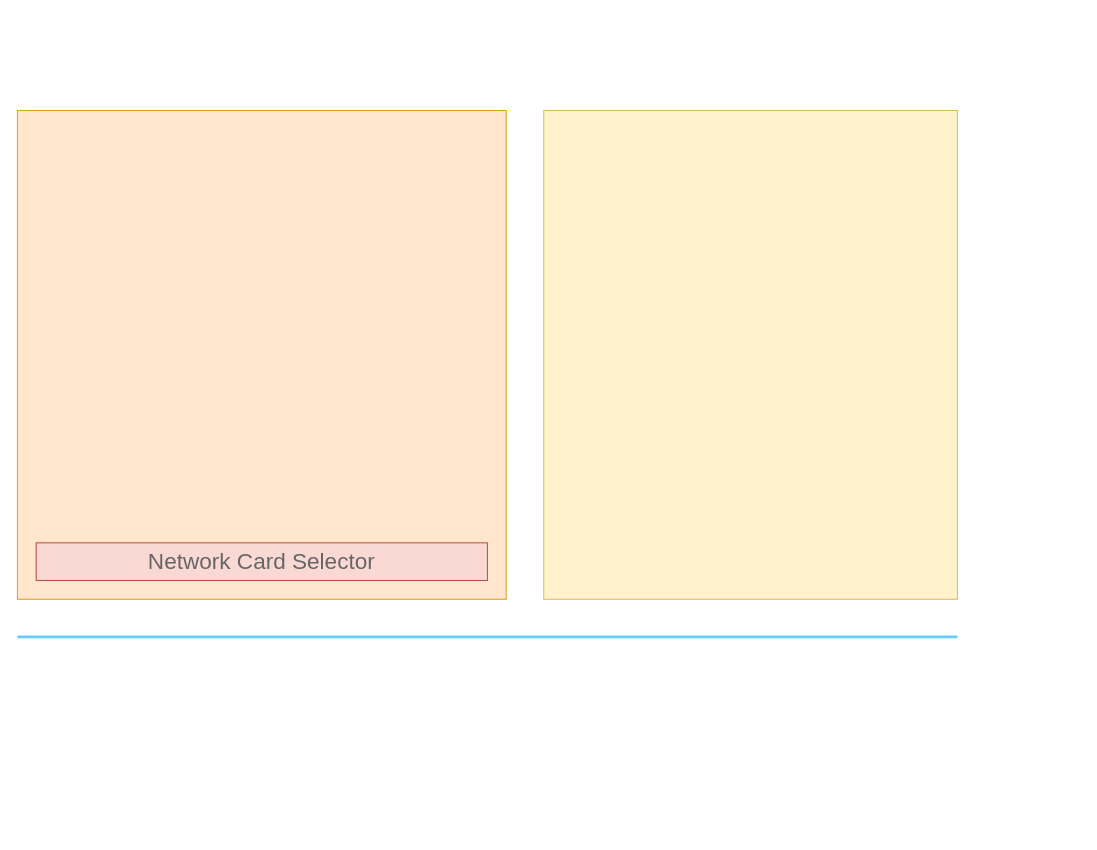
Above: CS/ComputerNetwork/LanChatStructureDiagram.drawio in umiskky/Diagrams (draw.io), before the change. Source tidied: cells renumbered, new cells numbered last; positions are measured from the earlier drawing's top-left corner, leaving out a move shared by most shapes. Both pictures are drawn from the tidied source at 94%, with x=0, y=0 at pixel (17, 110).
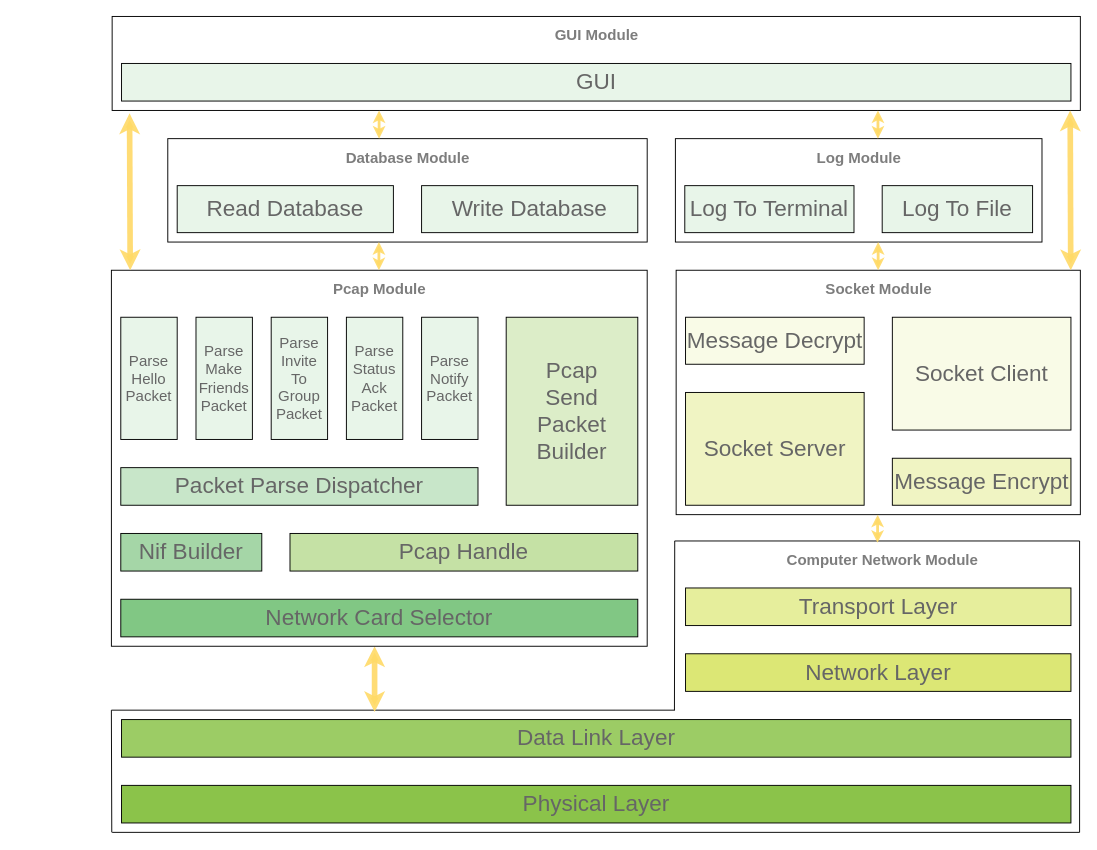
The same page after the edit.

Diff of the diagram source:
```diff
@@
-    <mxCell id="2" style="rounded=0;whiteSpace=wrap;html=1;fillColor=#ffe6cc;strokeColor=#d79b00;" parent="1" vertex="1">
-      <mxGeometry width="520" height="520" as="geometry" />
-    </mxCell>
-    <mxCell id="3" style="rounded=0;whiteSpace=wrap;html=1;fillColor=#fff2cc;strokeColor=#d6b656;" parent="1" vertex="1">
-      <mxGeometry x="560" width="440" height="520" as="geometry" />
-    </mxCell>
-    <mxCell id="4" style="endArrow=none;html=1;fillColor=#e1d5e7;strokeWidth=3;strokeColor=#66CCFF;" parent="1" edge="1">
-      <mxGeometry relative="1" as="geometry">
-        <mxPoint y="560" as="sourcePoint" />
-        <mxPoint x="1000" y="560" as="targetPoint" />
-      </mxGeometry>
-    </mxCell>
+    <mxCell id="6" style="group;" parent="1" vertex="1">
+      <mxGeometry x="100" y="458" width="1030" height="310" as="geometry" />
+    </mxCell>
+    <mxCell id="7" style="group;" parent="6" vertex="1">
+      <mxGeometry width="1030" height="310" as="geometry" />
+    </mxCell>
+    <mxCell id="8" style="endArrow=none;html=1;strokeWidth=1;" parent="7" edge="1">
+      <mxGeometry x="10.8" as="geometry">
+        <mxPoint x="1030" y="310" as="sourcePoint" />
+        <mxPoint x="0.8" y="310" as="targetPoint" />
+      </mxGeometry>
+    </mxCell>
+    <mxCell id="9" style="endArrow=none;html=1;strokeWidth=1;" parent="7" edge="1">
+      <mxGeometry x="10.8" y="34.4" as="geometry">
+        <mxPoint x="1030" y="310" as="sourcePoint" />
+        <mxPoint x="1030" as="targetPoint" />
+      </mxGeometry>
+    </mxCell>
+    <mxCell id="10" style="endArrow=none;html=1;strokeWidth=1;" parent="7" edge="1">
+      <mxGeometry x="-1019.2" y="195.2" as="geometry">
+        <mxPoint x="0.4" y="310" as="sourcePoint" />
+        <mxPoint y="180" as="targetPoint" />
+      </mxGeometry>
+    </mxCell>
+    <mxCell id="11" style="endArrow=none;html=1;strokeWidth=1;" parent="7" edge="1">
+      <mxGeometry x="-420.3" y="34.4" as="geometry">
+        <mxPoint x="599" y="180" as="sourcePoint" />
+        <mxPoint x="599.3" as="targetPoint" />
+      </mxGeometry>
+    </mxCell>
+    <mxCell id="12" style="endArrow=none;html=1;strokeWidth=1;" parent="7" edge="1">
+      <mxGeometry x="10" y="-130" as="geometry">
+        <mxPoint x="599.5" y="180" as="sourcePoint" />
+        <mxPoint y="180" as="targetPoint" />
+      </mxGeometry>
+    </mxCell>
+    <mxCell id="13" value="&lt;font style=&quot;font-size: 16px&quot; color=&quot;#7d7d7d&quot;&gt;&lt;b&gt;Computer Network Module&lt;/b&gt;&lt;/font&gt;" style="text;html=1;align=center;verticalAlign=middle;strokeColor=none;" parent="7" vertex="1">
+      <mxGeometry x="710" y="10" width="220" height="20" as="geometry" />
+    </mxCell>
+    <mxCell id="14" style="endArrow=none;html=1;strokeWidth=1;" parent="7" edge="1">
+      <mxGeometry x="610" y="-270" as="geometry">
+        <mxPoint x="1030" as="sourcePoint" />
+        <mxPoint x="599.2" as="targetPoint" />
+      </mxGeometry>
+    </mxCell>
+    <mxCell id="15" style="endArrow=classic;startArrow=classic;html=1;shadow=0;startSize=3;endSize=3;targetPerimeterSpacing=0;strokeColor=#FFD966;strokeWidth=6;fillColor=#FFD966;opacity=90;" parent="7" edge="1">
+      <mxGeometry relative="1" as="geometry">
+        <mxPoint x="280" y="182" as="sourcePoint" />
+        <mxPoint x="280" y="112" as="targetPoint" />
+      </mxGeometry>
+    </mxCell>
+    <mxCell id="16" value="&lt;font color=&quot;#666666&quot;&gt;&lt;span style=&quot;font-size: 24px&quot;&gt;Data Link Layer&lt;/span&gt;&lt;/font&gt;" style="rounded=0;whiteSpace=wrap;html=1;strokeColor=#000000;strokeWidth=1;fillColor=#9ccc65;" parent="6" vertex="1">
+      <mxGeometry x="10.8" y="190" width="1010" height="40" as="geometry" />
+    </mxCell>
+    <mxCell id="17" value="&lt;font color=&quot;#666666&quot;&gt;&lt;span style=&quot;font-size: 24px&quot;&gt;Physical Layer&lt;/span&gt;&lt;/font&gt;" style="rounded=0;whiteSpace=wrap;html=1;strokeColor=#000000;strokeWidth=1;fillColor=#8bc34a;" parent="6" vertex="1">
+      <mxGeometry x="10.8" y="260" width="1010" height="40" as="geometry" />
+    </mxCell>
+    <mxCell id="18" value="&lt;span style=&quot;color: rgb(102 , 102 , 102) ; font-size: 24px&quot;&gt;Transport Layer&lt;/span&gt;" style="rounded=0;whiteSpace=wrap;html=1;strokeColor=#000000;strokeWidth=1;fillColor=#e6ee9c;" parent="6" vertex="1">
+      <mxGeometry x="610.8" y="50" width="410" height="40" as="geometry" />
+    </mxCell>
+    <mxCell id="19" value="&lt;span style=&quot;color: rgb(102 , 102 , 102) ; font-size: 24px&quot;&gt;Network Layer&lt;/span&gt;" style="rounded=0;whiteSpace=wrap;html=1;strokeColor=#000000;strokeWidth=1;fillColor=#dce775;" parent="6" vertex="1">
+      <mxGeometry x="610.8" y="120" width="410" height="40" as="geometry" />
+    </mxCell>
+    <mxCell id="20" style="group;" parent="1" vertex="1">
+      <mxGeometry x="700.8" y="170" width="430" height="260" as="geometry" />
+    </mxCell>
+    <mxCell id="21" style="rounded=0;whiteSpace=wrap;html=1;fillColor=none;" parent="20" vertex="1">
+      <mxGeometry width="430" height="260" as="geometry" />
+    </mxCell>
+    <mxCell id="22" value="&lt;font color=&quot;#666666&quot;&gt;&lt;span style=&quot;font-size: 24px&quot;&gt;Socket Server&lt;/span&gt;&lt;/font&gt;" style="rounded=0;whiteSpace=wrap;html=1;strokeColor=#000000;strokeWidth=1;fillColor=#f0f4c3;" parent="20" vertex="1">
+      <mxGeometry x="10" y="130" width="190" height="120" as="geometry" />
+    </mxCell>
+    <mxCell id="23" value="&lt;span style=&quot;color: rgb(102 , 102 , 102) ; font-size: 24px&quot;&gt;Socket Client&lt;/span&gt;" style="rounded=0;whiteSpace=wrap;html=1;strokeColor=#000000;strokeWidth=1;fillColor=#f9fbe7;" parent="20" vertex="1">
+      <mxGeometry x="230" y="50" width="190" height="120" as="geometry" />
+    </mxCell>
+    <mxCell id="24" value="&lt;span style=&quot;color: rgb(102 , 102 , 102) ; font-size: 24px&quot;&gt;Message Decrypt&lt;/span&gt;" style="rounded=0;whiteSpace=wrap;html=1;strokeColor=#000000;strokeWidth=1;fillColor=#f9fbe7;" parent="20" vertex="1">
+      <mxGeometry x="10" y="50" width="190" height="50" as="geometry" />
+    </mxCell>
+    <mxCell id="25" value="&lt;span style=&quot;color: rgb(102 , 102 , 102) ; font-size: 24px&quot;&gt;Message Encrypt&lt;/span&gt;" style="rounded=0;whiteSpace=wrap;html=1;strokeColor=#000000;strokeWidth=1;fillColor=#f0f4c3;" parent="20" vertex="1">
+      <mxGeometry x="230" y="200" width="190" height="50" as="geometry" />
+    </mxCell>
+    <mxCell id="26" value="&lt;font style=&quot;font-size: 16px&quot; color=&quot;#7d7d7d&quot;&gt;&lt;b&gt;Socket Module&lt;/b&gt;&lt;/font&gt;" style="text;html=1;align=center;verticalAlign=middle;strokeColor=none;" parent="20" vertex="1">
+      <mxGeometry x="150" y="10" width="130" height="20" as="geometry" />
+    </mxCell>
+    <mxCell id="27" style="group;" parent="1" vertex="1">
+      <mxGeometry x="100" y="170" width="570" height="400" as="geometry" />
+    </mxCell>
+    <mxCell id="28" style="rounded=0;whiteSpace=wrap;html=1;strokeColor=#000000;fillColor=none;" parent="27" vertex="1">
+      <mxGeometry width="570" height="400" as="geometry" />
+    </mxCell>
+    <mxCell id="29" value="&lt;font style=&quot;font-size: 24px&quot; color=&quot;#666666&quot;&gt;Nif Builder&lt;/font&gt;" style="rounded=0;whiteSpace=wrap;html=1;strokeWidth=1;fillColor=#a5d6a7;" parent="27" vertex="1">
+      <mxGeometry x="10" y="280" width="150" height="40" as="geometry" />
+    </mxCell>
+    <mxCell id="30" value="&lt;font color=&quot;#666666&quot;&gt;&lt;span style=&quot;font-size: 24px&quot;&gt;Pcap Handle&lt;/span&gt;&lt;/font&gt;" style="rounded=0;whiteSpace=wrap;html=1;strokeWidth=1;fillColor=#c5e1a5;" parent="27" vertex="1">
+      <mxGeometry x="190" y="280" width="370" height="40" as="geometry" />
+    </mxCell>
+    <mxCell id="31" value="&lt;font color=&quot;#666666&quot;&gt;&lt;span style=&quot;font-size: 24px&quot;&gt;Packet Parse Dispatcher&lt;/span&gt;&lt;/font&gt;" style="rounded=0;whiteSpace=wrap;html=1;strokeColor=#000000;strokeWidth=1;fillColor=#c8e6c9;" parent="27" vertex="1">
+      <mxGeometry x="10" y="210" width="380" height="40" as="geometry" />
+    </mxCell>
+    <mxCell id="32" value="&lt;span style=&quot;color: rgb(102 , 102 , 102) ; font-size: 24px&quot;&gt;Pcap&lt;br&gt;Send&lt;br&gt;Packet&lt;br&gt;Builder&lt;br&gt;&lt;/span&gt;" style="rounded=0;whiteSpace=wrap;html=1;strokeColor=#000000;strokeWidth=1;fillColor=#dcedc8;" parent="27" vertex="1">
+      <mxGeometry x="420" y="50" width="140" height="200" as="geometry" />
+    </mxCell>
+    <mxCell id="33" value="&lt;span style=&quot;color: rgb(102 , 102 , 102) ; font-size: 16px&quot;&gt;Parse&lt;br&gt;Hello&lt;br&gt;Packet&lt;br&gt;&lt;/span&gt;" style="rounded=0;whiteSpace=wrap;html=1;strokeColor=#000000;strokeWidth=1;fillColor=#e8f5e9;" parent="27" vertex="1">
+      <mxGeometry x="10" y="50" width="60" height="130" as="geometry" />
+    </mxCell>
+    <mxCell id="34" value="&lt;span style=&quot;color: rgb(102 , 102 , 102) ; font-size: 16px&quot;&gt;Parse&lt;/span&gt;&lt;br style=&quot;color: rgb(102 , 102 , 102) ; font-size: 16px&quot;&gt;&lt;font color=&quot;#666666&quot;&gt;&lt;span style=&quot;font-size: 16px&quot;&gt;Make&lt;br&gt;Friends&lt;/span&gt;&lt;/font&gt;&lt;br style=&quot;color: rgb(102 , 102 , 102) ; font-size: 16px&quot;&gt;&lt;span style=&quot;color: rgb(102 , 102 , 102) ; font-size: 16px&quot;&gt;Packet&lt;/span&gt;" style="rounded=0;whiteSpace=wrap;html=1;strokeColor=#000000;strokeWidth=1;fillColor=#e8f5e9;" parent="27" vertex="1">
+      <mxGeometry x="90" y="50" width="60" height="130" as="geometry" />
+    </mxCell>
+    <mxCell id="35" value="&lt;span style=&quot;color: rgb(102 , 102 , 102) ; font-size: 16px&quot;&gt;Parse&lt;/span&gt;&lt;br style=&quot;color: rgb(102 , 102 , 102) ; font-size: 16px&quot;&gt;&lt;span style=&quot;color: rgb(102 , 102 , 102) ; font-size: 16px&quot;&gt;Invite&lt;br&gt;&lt;/span&gt;&lt;span style=&quot;color: rgb(102 , 102 , 102) ; font-size: 16px&quot;&gt;To&lt;br&gt;&lt;/span&gt;&lt;font color=&quot;#666666&quot;&gt;&lt;span style=&quot;font-size: 16px&quot;&gt;Group&lt;/span&gt;&lt;/font&gt;&lt;br style=&quot;color: rgb(102 , 102 , 102) ; font-size: 16px&quot;&gt;&lt;span style=&quot;color: rgb(102 , 102 , 102) ; font-size: 16px&quot;&gt;Packet&lt;/span&gt;" style="rounded=0;whiteSpace=wrap;html=1;strokeColor=#000000;strokeWidth=1;fillColor=#e8f5e9;" parent="27" vertex="1">
+      <mxGeometry x="170" y="50" width="60" height="130" as="geometry" />
+    </mxCell>
+    <mxCell id="36" value="&lt;span style=&quot;color: rgb(102 , 102 , 102) ; font-size: 16px&quot;&gt;Parse&lt;/span&gt;&lt;br style=&quot;color: rgb(102 , 102 , 102) ; font-size: 16px&quot;&gt;&lt;span style=&quot;color: rgb(102 , 102 , 102) ; font-size: 16px&quot;&gt;Status&lt;br&gt;&lt;/span&gt;&lt;font color=&quot;#666666&quot;&gt;&lt;span style=&quot;font-size: 16px&quot;&gt;Ack&lt;/span&gt;&lt;/font&gt;&lt;br style=&quot;color: rgb(102 , 102 , 102) ; font-size: 16px&quot;&gt;&lt;span style=&quot;color: rgb(102 , 102 , 102) ; font-size: 16px&quot;&gt;Packet&lt;/span&gt;" style="rounded=0;whiteSpace=wrap;html=1;strokeColor=#000000;strokeWidth=1;fillColor=#e8f5e9;" parent="27" vertex="1">
+      <mxGeometry x="250" y="50" width="60" height="130" as="geometry" />
+    </mxCell>
+    <mxCell id="37" value="&lt;span style=&quot;color: rgb(102 , 102 , 102) ; font-size: 16px&quot;&gt;Parse&lt;/span&gt;&lt;br style=&quot;color: rgb(102 , 102 , 102) ; font-size: 16px&quot;&gt;&lt;font color=&quot;#666666&quot;&gt;&lt;span style=&quot;font-size: 16px&quot;&gt;Notify&lt;/span&gt;&lt;/font&gt;&lt;br style=&quot;color: rgb(102 , 102 , 102) ; font-size: 16px&quot;&gt;&lt;span style=&quot;color: rgb(102 , 102 , 102) ; font-size: 16px&quot;&gt;Packet&lt;/span&gt;" style="rounded=0;whiteSpace=wrap;html=1;strokeColor=#000000;strokeWidth=1;fillColor=#e8f5e9;" parent="27" vertex="1">
+      <mxGeometry x="330" y="50" width="60" height="130" as="geometry" />
+    </mxCell>
-    <mxCell id="5" value="&lt;font style=&quot;font-size: 24px&quot; color=&quot;#666666&quot;&gt;Network Card Selector&lt;/font&gt;" style="rounded=0;whiteSpace=wrap;html=1;fillColor=#fad9d5;strokeColor=#ae4132;" parent="1" vertex="1">
-      <mxGeometry x="20" y="460" width="480" height="40" as="geometry" />
+    <mxCell id="5" value="&lt;font style=&quot;font-size: 24px&quot; color=&quot;#666666&quot;&gt;Network Card Selector&lt;/font&gt;" style="rounded=0;whiteSpace=wrap;html=1;strokeWidth=1;fillColor=#81c784;" parent="27" vertex="1">
+      <mxGeometry x="10" y="350" width="550" height="40" as="geometry" />
     </mxCell>
+    <mxCell id="38" value="&lt;font style=&quot;font-size: 16px&quot; color=&quot;#7d7d7d&quot;&gt;&lt;b&gt;Pcap Module&lt;/b&gt;&lt;/font&gt;" style="text;html=1;align=center;verticalAlign=middle;strokeColor=none;" parent="27" vertex="1">
+      <mxGeometry x="230" y="10" width="110" height="20" as="geometry" />
+    </mxCell>
+    <mxCell id="39" style="group;" parent="1" vertex="1">
+      <mxGeometry x="100.8" y="-100" width="1030" height="100" as="geometry" />
+    </mxCell>
+    <mxCell id="40" style="rounded=0;whiteSpace=wrap;html=1;strokeColor=#000000;strokeWidth=1;fillColor=none;gradientColor=none;" parent="39" vertex="1">
+      <mxGeometry width="1030" height="100" as="geometry" />
+    </mxCell>
+    <mxCell id="41" value="&lt;font color=&quot;#666666&quot;&gt;&lt;span style=&quot;font-size: 24px&quot;&gt;GUI&lt;/span&gt;&lt;/font&gt;" style="rounded=0;whiteSpace=wrap;html=1;strokeColor=#000000;fillColor=#e8f5e9;" parent="39" vertex="1">
+      <mxGeometry x="10" y="50" width="1010" height="40" as="geometry" />
+    </mxCell>
+    <mxCell id="42" value="&lt;font style=&quot;font-size: 16px&quot; color=&quot;#7d7d7d&quot;&gt;&lt;b&gt;GUI Module&lt;/b&gt;&lt;/font&gt;" style="text;html=1;align=center;verticalAlign=middle;strokeColor=none;" parent="39" vertex="1">
+      <mxGeometry x="465" y="10" width="100" height="20" as="geometry" />
+    </mxCell>
+    <mxCell id="43" style="group;" parent="1" vertex="1">
+      <mxGeometry x="700" y="30" width="390" height="110" as="geometry" />
+    </mxCell>
+    <mxCell id="44" style="rounded=0;whiteSpace=wrap;html=1;strokeColor=#000000;strokeWidth=1;fillColor=none;gradientColor=none;" parent="43" vertex="1">
+      <mxGeometry width="390" height="110" as="geometry" />
+    </mxCell>
+    <mxCell id="45" value="&lt;font color=&quot;#666666&quot;&gt;&lt;span style=&quot;font-size: 24px&quot;&gt;Log To Terminal&lt;/span&gt;&lt;/font&gt;" style="rounded=0;whiteSpace=wrap;html=1;strokeColor=#000000;fillColor=#e8f5e9;" parent="43" vertex="1">
+      <mxGeometry x="10" y="50" width="180" height="50" as="geometry" />
+    </mxCell>
+    <mxCell id="46" value="&lt;span style=&quot;color: rgb(102 , 102 , 102) ; font-size: 24px&quot;&gt;Log To File&lt;/span&gt;" style="rounded=0;whiteSpace=wrap;html=1;strokeColor=#000000;fillColor=#e8f5e9;" parent="43" vertex="1">
+      <mxGeometry x="220" y="50" width="160" height="50" as="geometry" />
+    </mxCell>
+    <mxCell id="47" value="&lt;font style=&quot;font-size: 16px&quot; color=&quot;#7d7d7d&quot;&gt;&lt;b&gt;Log Module&lt;/b&gt;&lt;/font&gt;" style="text;html=1;align=center;verticalAlign=middle;strokeColor=none;" parent="43" vertex="1">
+      <mxGeometry x="140" y="10" width="110" height="20" as="geometry" />
+    </mxCell>
+    <mxCell id="48" style="group;" parent="1" vertex="1">
+      <mxGeometry x="160" y="30" width="510" height="110" as="geometry" />
+    </mxCell>
+    <mxCell id="49" style="rounded=0;whiteSpace=wrap;html=1;strokeColor=#000000;strokeWidth=1;fillColor=none;gradientColor=none;" parent="48" vertex="1">
+      <mxGeometry width="510" height="110" as="geometry" />
+    </mxCell>
+    <mxCell id="50" value="&lt;font color=&quot;#666666&quot;&gt;&lt;span style=&quot;font-size: 24px&quot;&gt;Read Database&lt;/span&gt;&lt;/font&gt;" style="rounded=0;whiteSpace=wrap;html=1;strokeColor=#000000;fillColor=#e8f5e9;" parent="48" vertex="1">
+      <mxGeometry x="10" y="50" width="230" height="50" as="geometry" />
+    </mxCell>
+    <mxCell id="51" value="&lt;font color=&quot;#666666&quot;&gt;&lt;span style=&quot;font-size: 24px&quot;&gt;Write Database&lt;/span&gt;&lt;/font&gt;" style="rounded=0;whiteSpace=wrap;html=1;strokeColor=#000000;fillColor=#e8f5e9;" parent="48" vertex="1">
+      <mxGeometry x="270" y="50" width="230" height="50" as="geometry" />
+    </mxCell>
+    <mxCell id="52" value="&lt;font style=&quot;font-size: 16px&quot; color=&quot;#7d7d7d&quot;&gt;&lt;b&gt;Database Module&lt;/b&gt;&lt;/font&gt;" style="text;html=1;align=center;verticalAlign=middle;strokeColor=none;" parent="48" vertex="1">
+      <mxGeometry x="180" y="10" width="150" height="20" as="geometry" />
+    </mxCell>
+    <mxCell id="53" style="endArrow=classic;startArrow=classic;html=1;shadow=0;startSize=4;endSize=4;targetPerimeterSpacing=0;strokeColor=#FFD966;strokeWidth=3;fillColor=#FFD966;opacity=90;entryX=0.5;entryY=1;entryDx=0;entryDy=0;" parent="1" edge="1">
+      <mxGeometry relative="1" as="geometry">
+        <mxPoint x="915" y="460" as="sourcePoint" />
+        <mxPoint x="915.2" y="430" as="targetPoint" />
+      </mxGeometry>
+    </mxCell>
+    <mxCell id="54" style="endArrow=classic;startArrow=classic;html=1;shadow=0;startSize=3;endSize=3;targetPerimeterSpacing=0;strokeColor=#FFD966;strokeWidth=6;fillColor=#FFD966;opacity=90;entryX=0.018;entryY=1.031;entryDx=0;entryDy=0;entryPerimeter=0;" parent="1" edge="1" target="40">
+      <mxGeometry relative="1" as="geometry">
+        <mxPoint x="120" y="170" as="sourcePoint" />
+      </mxGeometry>
+    </mxCell>
+    <mxCell id="55" style="endArrow=classic;startArrow=classic;html=1;shadow=0;startSize=3;endSize=3;targetPerimeterSpacing=0;strokeColor=#FFD966;strokeWidth=6;fillColor=#FFD966;opacity=90;" parent="1" edge="1">
+      <mxGeometry relative="1" as="geometry">
+        <mxPoint x="1120.6" y="170" as="sourcePoint" />
+        <mxPoint x="1120" as="targetPoint" />
+      </mxGeometry>
+    </mxCell>
+    <mxCell id="56" style="endArrow=classic;startArrow=classic;html=1;shadow=0;startSize=4;endSize=4;targetPerimeterSpacing=0;strokeColor=#FFD966;strokeWidth=3;fillColor=#FFD966;opacity=90;entryX=0.018;entryY=1.031;entryDx=0;entryDy=0;entryPerimeter=0;" parent="1" edge="1">
+      <mxGeometry relative="1" as="geometry">
+        <mxPoint x="915.7" y="170" as="sourcePoint" />
+        <mxPoint x="915.7" y="140" as="targetPoint" />
+      </mxGeometry>
+    </mxCell>
+    <mxCell id="57" style="endArrow=classic;startArrow=classic;html=1;shadow=0;startSize=4;endSize=4;targetPerimeterSpacing=0;strokeColor=#FFD966;strokeWidth=3;fillColor=#FFD966;opacity=90;entryX=0.018;entryY=1.031;entryDx=0;entryDy=0;entryPerimeter=0;" parent="1" edge="1">
+      <mxGeometry relative="1" as="geometry">
+        <mxPoint x="384.8" y="30" as="sourcePoint" />
+        <mxPoint x="384.8" as="targetPoint" />
+      </mxGeometry>
+    </mxCell>
+    <mxCell id="58" style="endArrow=classic;startArrow=classic;html=1;shadow=0;startSize=4;endSize=4;targetPerimeterSpacing=0;strokeColor=#FFD966;strokeWidth=3;fillColor=#FFD966;opacity=90;entryX=0.018;entryY=1.031;entryDx=0;entryDy=0;entryPerimeter=0;" parent="1" edge="1">
+      <mxGeometry relative="1" as="geometry">
+        <mxPoint x="384.6" y="170" as="sourcePoint" />
+        <mxPoint x="384.6" y="140" as="targetPoint" />
+      </mxGeometry>
+    </mxCell>
+    <mxCell id="59" style="endArrow=classic;startArrow=classic;html=1;shadow=0;startSize=4;endSize=4;targetPerimeterSpacing=0;strokeColor=#FFD966;strokeWidth=3;fillColor=#FFD966;opacity=90;entryX=0.018;entryY=1.031;entryDx=0;entryDy=0;entryPerimeter=0;" parent="1" edge="1">
+      <mxGeometry relative="1" as="geometry">
+        <mxPoint x="915.5" y="30" as="sourcePoint" />
+        <mxPoint x="915.5" as="targetPoint" />
+      </mxGeometry>
+    </mxCell>
```
